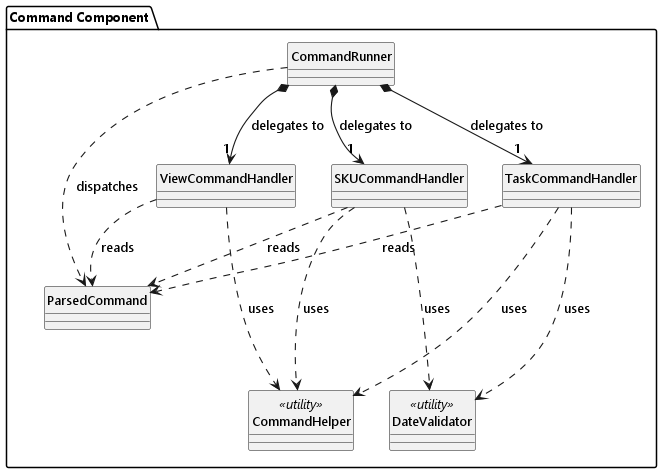
Above: docs/diagrams/command/command-architecture.png in heehaw1234/tp (PlantUML), before the change. Its diagram source:
```plantuml
@startuml
!include ../style.puml
skinparam arrowThickness 1.1
skinparam classAttributeIconSize 0
hide circle

package "Command Component" {

    class CommandRunner {
    }

    class SKUCommandHandler {
    }

    class TaskCommandHandler {
    }

    class ViewCommandHandler {
    }

    class ParsedCommand {
    }

    class CommandHelper <<utility>> {
    }

    class DateValidator <<utility>> {
    }

    CommandRunner *--> "1" SKUCommandHandler : delegates to
    CommandRunner *--> "1" TaskCommandHandler : delegates to
    CommandRunner *--> "1" ViewCommandHandler : delegates to

    CommandRunner ..> ParsedCommand : dispatches

    SKUCommandHandler ..> ParsedCommand : reads
    TaskCommandHandler ..> ParsedCommand : reads
    ViewCommandHandler ..> ParsedCommand : reads

    SKUCommandHandler ..> CommandHelper : uses
    TaskCommandHandler ..> CommandHelper : uses
    ViewCommandHandler ..> CommandHelper : uses

    TaskCommandHandler ..> DateValidator : uses
    SKUCommandHandler ..> DateValidator : uses

}

CommandRunner -[hidden]down- SKUCommandHandler
SKUCommandHandler -[hidden]right- TaskCommandHandler
TaskCommandHandler -[hidden]right- ViewCommandHandler
CommandHelper -[hidden]right- DateValidator
ParsedCommand -[hidden]down- CommandHelper

@enduml
```
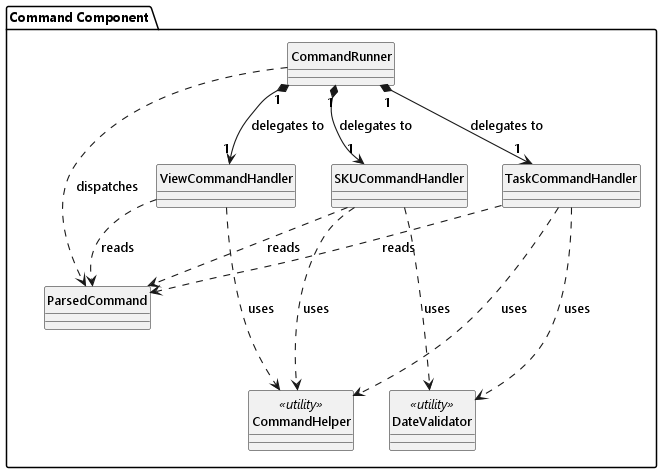
Later version of the same file.

What changed in the source:
```diff
@@ -27,9 +27,9 @@
     class DateValidator <<utility>> {
     }
 
-    CommandRunner *--> "1" SKUCommandHandler : delegates to
-    CommandRunner *--> "1" TaskCommandHandler : delegates to
-    CommandRunner *--> "1" ViewCommandHandler : delegates to
+    CommandRunner "1" *--> "1" SKUCommandHandler : delegates to
+    CommandRunner "1" *--> "1" TaskCommandHandler : delegates to
+    CommandRunner "1" *--> "1" ViewCommandHandler : delegates to
 
     CommandRunner ..> ParsedCommand : dispatches
 
```
